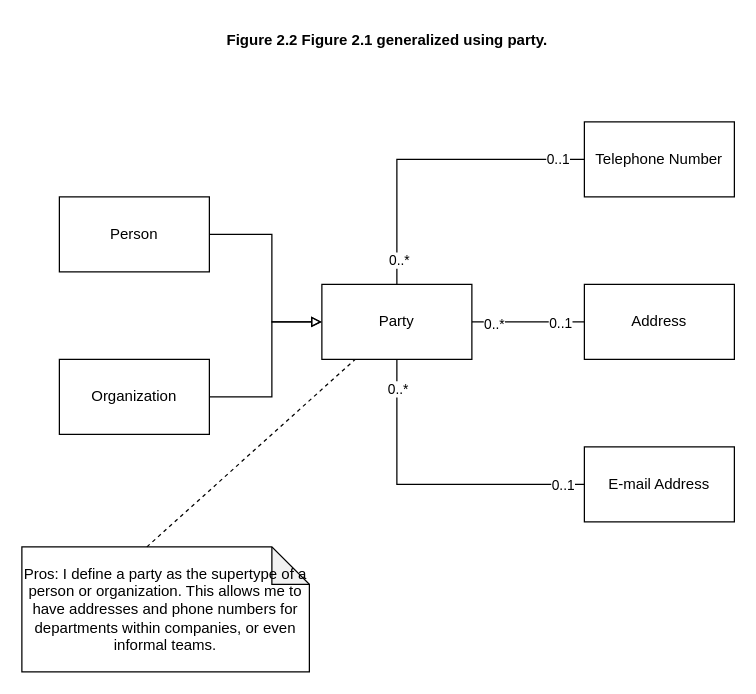
This is analysis-patterns-2-2-Figure-2.1-generalized-using-party.drawio from wubin28/analysis-patterns-diagrams-in-uml, a draw.io file, before an edit. Source tidied: cells renumbered, new cells numbered last; positions are measured from the earlier drawing's top-left corner, leaving out a move shared by most shapes. Both pictures are drawn from the tidied source at 125%, with x=0, y=0 at pixel (21, 21).
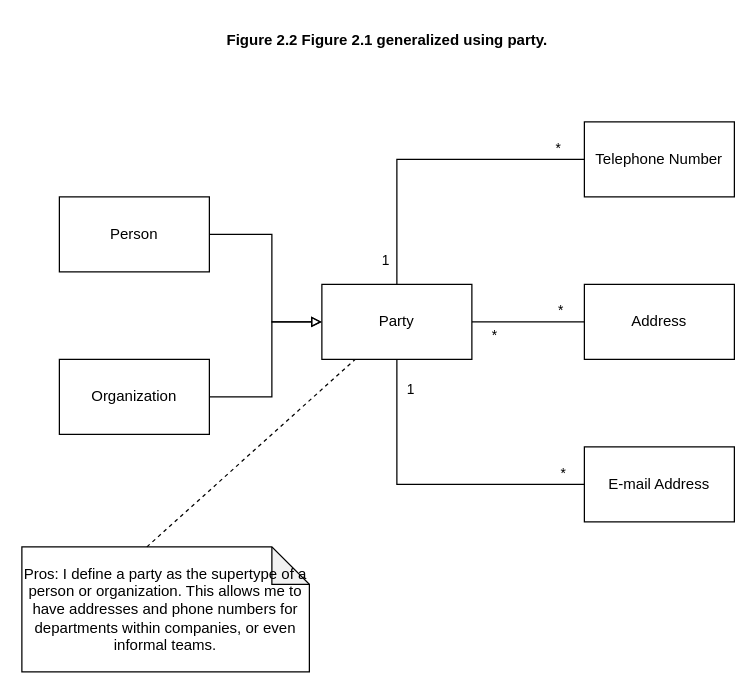
After the change.

Commit message:
refactor: update multiplicities in figure 2.2

Unchanged cells that the change refers to:
```xml
<mxCell id="2" style="edgeStyle=orthogonalEdgeStyle;rounded=0;jettySize=auto;html=1;exitX=1;exitY=0.5;exitDx=0;exitDy=0;entryX=0;entryY=0.5;entryDx=0;entryDy=0;endArrow=none;endFill=0;" parent="1" edge="1" source="11" target="13">
  <mxGeometry relative="1" as="geometry" />
</mxCell>
<mxCell id="5" style="edgeStyle=orthogonalEdgeStyle;rounded=0;jettySize=auto;html=1;entryX=0;entryY=0.5;entryDx=0;entryDy=0;endArrow=none;endFill=0;" parent="1" edge="1" source="11" target="12">
  <mxGeometry relative="1" as="geometry">
    <Array as="points">
      <mxPoint x="300" y="110" />
    </Array>
  </mxGeometry>
</mxCell>
<mxCell id="8" style="edgeStyle=orthogonalEdgeStyle;rounded=0;jettySize=auto;html=1;entryX=0;entryY=0.5;entryDx=0;entryDy=0;endArrow=none;endFill=0;" parent="1" edge="1" source="11" target="14">
  <mxGeometry relative="1" as="geometry">
    <Array as="points">
      <mxPoint x="300" y="370" />
    </Array>
  </mxGeometry>
</mxCell>
```

Change to the diagram source:
```diff
@@
-    <mxCell id="3" value="0..1" style="edgeLabel;html=1;align=center;verticalAlign=middle;" parent="2" vertex="1">
+    <mxCell id="3" value="*" style="edgeLabel;html=1;align=center;verticalAlign=middle;" parent="2" vertex="1">
       <mxGeometry x="0.2" y="-1" relative="1" as="geometry">
-        <mxPoint x="16" y="-1" as="offset" />
+        <mxPoint x="16" y="-11" as="offset" />
       </mxGeometry>
     </mxCell>
-    <mxCell id="4" value="0..*" style="edgeLabel;html=1;align=center;verticalAlign=middle;" parent="2" vertex="1">
-      <mxGeometry x="-0.62" y="-1" relative="1" as="geometry" />
+    <mxCell id="4" value="*" style="edgeLabel;html=1;align=center;verticalAlign=middle;" parent="2" vertex="1">
+      <mxGeometry x="-0.62" y="-1" relative="1" as="geometry">
+        <mxPoint y="9" as="offset" />
+      </mxGeometry>
     </mxCell>
@@
-    <mxCell id="6" value="0..1" style="edgeLabel;html=1;align=center;verticalAlign=middle;" parent="5" vertex="1">
+    <mxCell id="6" value="*" style="edgeLabel;html=1;align=center;verticalAlign=middle;" parent="5" vertex="1">
       <mxGeometry x="0.7" y="1" relative="1" as="geometry">
-        <mxPoint x="15" as="offset" />
+        <mxPoint x="15" y="-9" as="offset" />
       </mxGeometry>
     </mxCell>
-    <mxCell id="7" value="0..*" style="edgeLabel;html=1;align=center;verticalAlign=middle;" parent="5" vertex="1">
-      <mxGeometry x="-0.84" y="-1" relative="1" as="geometry" />
+    <mxCell id="7" value="1" style="edgeLabel;html=1;align=center;verticalAlign=middle;" parent="5" vertex="1">
+      <mxGeometry x="-0.84" y="-1" relative="1" as="geometry">
+        <mxPoint x="-11" as="offset" />
+      </mxGeometry>
     </mxCell>
@@
-    <mxCell id="9" value="0..*" style="edgeLabel;html=1;align=center;verticalAlign=middle;" parent="8" vertex="1">
-      <mxGeometry x="-0.82" relative="1" as="geometry" />
+    <mxCell id="9" value="1" style="edgeLabel;html=1;align=center;verticalAlign=middle;" parent="8" vertex="1">
+      <mxGeometry x="-0.82" relative="1" as="geometry">
+        <mxPoint x="10" as="offset" />
+      </mxGeometry>
     </mxCell>
-    <mxCell id="10" value="0..1" style="edgeLabel;html=1;align=center;verticalAlign=middle;" parent="8" vertex="1">
-      <mxGeometry x="0.86" relative="1" as="geometry" />
+    <mxCell id="10" value="*" style="edgeLabel;html=1;align=center;verticalAlign=middle;" parent="8" vertex="1">
+      <mxGeometry x="0.86" relative="1" as="geometry">
+        <mxPoint y="-10" as="offset" />
+      </mxGeometry>
     </mxCell>
```
